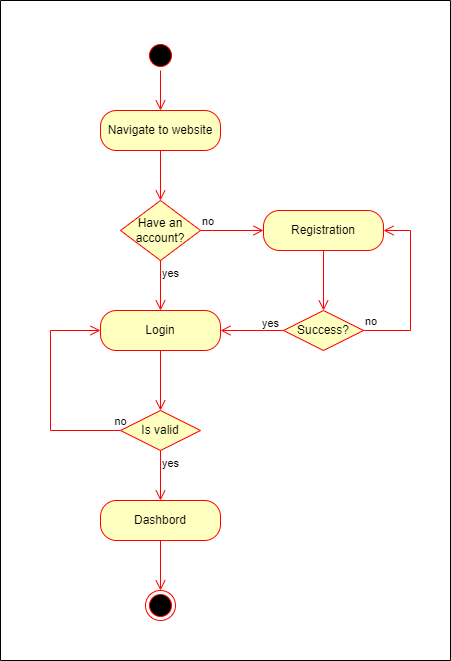
Above: Materials/Activity Diagrams/AD_Registration Login.png in iprosenjitp/Tech-School (draw.io), before the change. Source tidied: cells renumbered, new cells last; positions are measured from the earlier drawing's top-left corner, leaving out a move shared by most shapes.
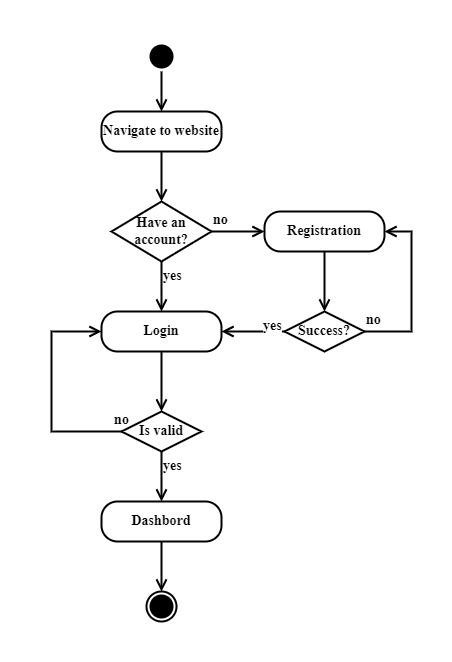
After the commit.

Change to the diagram source:
```diff
@@ -2,31 +2,31 @@
   <root>
     <mxCell id="0" />
     <mxCell id="1" parent="0" />
-    <mxCell id="2" style="ellipse;html=1;shape=startState;fillColor=#000000;strokeColor=#ff0000;" parent="1" vertex="1">
+    <mxCell id="2" style="ellipse;html=1;shape=startState;fontSize=14;fontStyle=1;strokeWidth=2;fontFamily=Times New Roman;fillColor=#000000;" parent="1" vertex="1">
       <mxGeometry x="145" y="40" width="30" height="30" as="geometry" />
     </mxCell>
-    <mxCell id="3" style="edgeStyle=orthogonalEdgeStyle;html=1;verticalAlign=bottom;endArrow=open;endSize=8;strokeColor=#ff0000;rounded=0;entryX=0.5;entryY=0;entryDx=0;entryDy=0;" parent="1" edge="1" source="2" target="4">
+    <mxCell id="3" style="edgeStyle=orthogonalEdgeStyle;html=1;verticalAlign=bottom;endArrow=open;endSize=8;rounded=0;entryX=0.5;entryY=0;entryDx=0;entryDy=0;fontSize=14;fontStyle=1;strokeWidth=2;fontFamily=Times New Roman;" parent="1" edge="1" source="2" target="4">
       <mxGeometry relative="1" as="geometry" />
     </mxCell>
-    <mxCell id="4" value="Navigate to website" style="rounded=1;whiteSpace=wrap;html=1;arcSize=40;fontColor=#000000;fillColor=#ffffc0;strokeColor=#ff0000;" parent="1" vertex="1">
+    <mxCell id="4" value="Navigate to website" style="rounded=1;whiteSpace=wrap;html=1;arcSize=40;fontSize=14;fontStyle=1;strokeWidth=2;fontFamily=Times New Roman;" parent="1" vertex="1">
       <mxGeometry x="100" y="110" width="120" height="40" as="geometry" />
     </mxCell>
-    <mxCell id="5" style="edgeStyle=orthogonalEdgeStyle;html=1;verticalAlign=bottom;endArrow=open;endSize=8;strokeColor=#ff0000;rounded=0;entryX=0.5;entryY=0;entryDx=0;entryDy=0;" parent="1" edge="1" source="4" target="6">
+    <mxCell id="5" style="edgeStyle=orthogonalEdgeStyle;html=1;verticalAlign=bottom;endArrow=open;endSize=8;rounded=0;entryX=0.5;entryY=0;entryDx=0;entryDy=0;fontSize=14;fontStyle=1;strokeWidth=2;fontFamily=Times New Roman;" parent="1" edge="1" source="4" target="6">
       <mxGeometry relative="1" as="geometry" />
     </mxCell>
-    <mxCell id="6" value="Have an account?" style="rhombus;whiteSpace=wrap;html=1;fontColor=#000000;fillColor=#ffffc0;strokeColor=#ff0000;" parent="1" vertex="1">
-      <mxGeometry x="120" y="200" width="80" height="60" as="geometry" />
+    <mxCell id="6" value="Have an account?" style="rhombus;whiteSpace=wrap;html=1;fontSize=14;fontStyle=1;strokeWidth=2;fontFamily=Times New Roman;" parent="1" vertex="1">
+      <mxGeometry x="110" y="200" width="100" height="60" as="geometry" />
     </mxCell>
-    <mxCell id="7" value="no" style="edgeStyle=orthogonalEdgeStyle;html=1;align=left;verticalAlign=bottom;endArrow=open;endSize=8;strokeColor=#ff0000;rounded=0;entryX=0;entryY=0.5;entryDx=0;entryDy=0;" parent="1" edge="1" source="6" target="11">
+    <mxCell id="7" value="no" style="edgeStyle=orthogonalEdgeStyle;html=1;align=left;verticalAlign=bottom;endArrow=open;endSize=8;rounded=0;entryX=0;entryY=0.5;entryDx=0;entryDy=0;fontSize=14;fontStyle=1;strokeWidth=2;fontFamily=Times New Roman;" parent="1" edge="1" source="6" target="11">
       <mxGeometry x="-1" relative="1" as="geometry" />
     </mxCell>
-    <mxCell id="8" value="yes" style="edgeStyle=orthogonalEdgeStyle;html=1;align=left;verticalAlign=top;endArrow=open;endSize=8;strokeColor=#ff0000;rounded=0;entryX=0.5;entryY=0;entryDx=0;entryDy=0;" parent="1" edge="1" source="6" target="9">
+    <mxCell id="8" value="yes" style="edgeStyle=orthogonalEdgeStyle;html=1;align=left;verticalAlign=top;endArrow=open;endSize=8;rounded=0;entryX=0.5;entryY=0;entryDx=0;entryDy=0;fontSize=14;fontStyle=1;strokeWidth=2;fontFamily=Times New Roman;" parent="1" edge="1" source="6" target="9">
       <mxGeometry x="-1" relative="1" as="geometry" />
     </mxCell>
-    <mxCell id="9" value="Login" style="rounded=1;whiteSpace=wrap;html=1;arcSize=40;fontColor=#000000;fillColor=#ffffc0;strokeColor=#ff0000;" parent="1" vertex="1">
+    <mxCell id="9" value="Login" style="rounded=1;whiteSpace=wrap;html=1;arcSize=40;fontSize=14;fontStyle=1;strokeWidth=2;fontFamily=Times New Roman;" parent="1" vertex="1">
       <mxGeometry x="100" y="310" width="120" height="40" as="geometry" />
     </mxCell>
-    <mxCell id="10" value="no" style="edgeStyle=orthogonalEdgeStyle;html=1;verticalAlign=bottom;endArrow=open;endSize=8;strokeColor=#ff0000;rounded=0;entryX=0;entryY=0.5;entryDx=0;entryDy=0;exitX=0;exitY=0.5;exitDx=0;exitDy=0;" parent="1" edge="1" source="18" target="9">
+    <mxCell id="10" value="no" style="edgeStyle=orthogonalEdgeStyle;html=1;verticalAlign=bottom;endArrow=open;endSize=8;rounded=0;entryX=0;entryY=0.5;entryDx=0;entryDy=0;exitX=0;exitY=0.5;exitDx=0;exitDy=0;fontSize=14;fontStyle=1;strokeWidth=2;fontFamily=Times New Roman;" parent="1" edge="1" source="18" target="9">
       <mxGeometry x="-1" relative="1" as="geometry">
         <Array as="points">
           <mxPoint x="50" y="430" />
@@ -34,16 +34,16 @@
         </Array>
       </mxGeometry>
     </mxCell>
-    <mxCell id="11" value="Registration" style="rounded=1;whiteSpace=wrap;html=1;arcSize=40;fontColor=#000000;fillColor=#ffffc0;strokeColor=#ff0000;" parent="1" vertex="1">
+    <mxCell id="11" value="Registration" style="rounded=1;whiteSpace=wrap;html=1;arcSize=40;fontSize=14;fontStyle=1;strokeWidth=2;fontFamily=Times New Roman;" parent="1" vertex="1">
       <mxGeometry x="263" y="210" width="120" height="40" as="geometry" />
     </mxCell>
-    <mxCell id="12" style="edgeStyle=orthogonalEdgeStyle;html=1;verticalAlign=bottom;endArrow=open;endSize=8;strokeColor=#ff0000;rounded=0;entryX=0.5;entryY=0;entryDx=0;entryDy=0;" parent="1" edge="1" source="11" target="13">
+    <mxCell id="12" style="edgeStyle=orthogonalEdgeStyle;html=1;verticalAlign=bottom;endArrow=open;endSize=8;rounded=0;entryX=0.5;entryY=0;entryDx=0;entryDy=0;fontSize=14;fontStyle=1;strokeWidth=2;fontFamily=Times New Roman;" parent="1" edge="1" source="11" target="13">
       <mxGeometry relative="1" as="geometry" />
     </mxCell>
-    <mxCell id="13" value="Success?" style="rhombus;whiteSpace=wrap;html=1;fontColor=#000000;fillColor=#ffffc0;strokeColor=#ff0000;" parent="1" vertex="1">
+    <mxCell id="13" value="Success?" style="rhombus;whiteSpace=wrap;html=1;fontSize=14;fontStyle=1;strokeWidth=2;fontFamily=Times New Roman;" parent="1" vertex="1">
       <mxGeometry x="283" y="310" width="80" height="40" as="geometry" />
     </mxCell>
-    <mxCell id="14" value="no" style="edgeStyle=orthogonalEdgeStyle;html=1;align=left;verticalAlign=bottom;endArrow=open;endSize=8;strokeColor=#ff0000;rounded=0;entryX=1;entryY=0.5;entryDx=0;entryDy=0;exitX=1;exitY=0.5;exitDx=0;exitDy=0;" parent="1" edge="1" source="13" target="11">
+    <mxCell id="14" value="no" style="edgeStyle=orthogonalEdgeStyle;html=1;align=left;verticalAlign=bottom;endArrow=open;endSize=8;rounded=0;entryX=1;entryY=0.5;entryDx=0;entryDy=0;exitX=1;exitY=0.5;exitDx=0;exitDy=0;fontSize=14;fontStyle=1;strokeWidth=2;fontFamily=Times New Roman;" parent="1" edge="1" source="13" target="11">
       <mxGeometry x="-1" relative="1" as="geometry">
         <Array as="points">
           <mxPoint x="410" y="330" />
@@ -51,28 +51,28 @@
         </Array>
       </mxGeometry>
     </mxCell>
-    <mxCell id="15" value="yes" style="edgeStyle=orthogonalEdgeStyle;html=1;align=left;verticalAlign=top;endArrow=open;endSize=8;strokeColor=#ff0000;rounded=0;exitX=0;exitY=0.5;exitDx=0;exitDy=0;entryX=1;entryY=0.5;entryDx=0;entryDy=0;" parent="1" edge="1" source="13" target="9">
+    <mxCell id="15" value="yes" style="edgeStyle=orthogonalEdgeStyle;html=1;align=left;verticalAlign=top;endArrow=open;endSize=8;rounded=0;exitX=0;exitY=0.5;exitDx=0;exitDy=0;entryX=1;entryY=0.5;entryDx=0;entryDy=0;fontSize=14;fontStyle=1;strokeWidth=2;fontFamily=Times New Roman;" parent="1" edge="1" source="13" target="9">
       <mxGeometry x="-0.27" y="-20" relative="1" as="geometry" />
     </mxCell>
-    <mxCell id="16" value="yes" style="edgeStyle=orthogonalEdgeStyle;html=1;align=left;verticalAlign=top;endArrow=open;endSize=8;strokeColor=#ff0000;rounded=0;entryX=0.5;entryY=0;entryDx=0;entryDy=0;" parent="1" edge="1" source="18" target="19">
+    <mxCell id="16" value="yes" style="edgeStyle=orthogonalEdgeStyle;html=1;align=left;verticalAlign=top;endArrow=open;endSize=8;rounded=0;entryX=0.5;entryY=0;entryDx=0;entryDy=0;fontSize=14;fontStyle=1;strokeWidth=2;fontFamily=Times New Roman;" parent="1" edge="1" source="18" target="19">
       <mxGeometry x="-1" relative="1" as="geometry" />
     </mxCell>
-    <mxCell id="17" style="edgeStyle=orthogonalEdgeStyle;html=1;verticalAlign=bottom;endArrow=open;endSize=8;strokeColor=#ff0000;rounded=0;" parent="1" edge="1" source="9" target="18">
+    <mxCell id="17" style="edgeStyle=orthogonalEdgeStyle;html=1;verticalAlign=bottom;endArrow=open;endSize=8;rounded=0;fontSize=14;fontStyle=1;strokeWidth=2;fontFamily=Times New Roman;" parent="1" edge="1" source="9" target="18">
       <mxGeometry relative="1" as="geometry" />
     </mxCell>
-    <mxCell id="18" value="Is valid" style="rhombus;whiteSpace=wrap;html=1;fontColor=#000000;fillColor=#ffffc0;strokeColor=#ff0000;" parent="1" vertex="1">
+    <mxCell id="18" value="Is valid" style="rhombus;whiteSpace=wrap;html=1;fontSize=14;fontStyle=1;strokeWidth=2;fontFamily=Times New Roman;" parent="1" vertex="1">
       <mxGeometry x="120" y="410" width="80" height="40" as="geometry" />
     </mxCell>
-    <mxCell id="19" value="Dashbord" style="rounded=1;whiteSpace=wrap;html=1;arcSize=40;fontColor=#000000;fillColor=#ffffc0;strokeColor=#ff0000;" parent="1" vertex="1">
+    <mxCell id="19" value="Dashbord" style="rounded=1;whiteSpace=wrap;html=1;arcSize=40;fontSize=14;fontStyle=1;strokeWidth=2;fontFamily=Times New Roman;" parent="1" vertex="1">
       <mxGeometry x="100" y="500" width="120" height="40" as="geometry" />
     </mxCell>
-    <mxCell id="20" style="edgeStyle=orthogonalEdgeStyle;html=1;verticalAlign=bottom;endArrow=open;endSize=8;strokeColor=#ff0000;rounded=0;entryX=0.5;entryY=0;entryDx=0;entryDy=0;" parent="1" edge="1" source="19" target="21">
+    <mxCell id="20" style="edgeStyle=orthogonalEdgeStyle;html=1;verticalAlign=bottom;endArrow=open;endSize=8;rounded=0;entryX=0.5;entryY=0;entryDx=0;entryDy=0;fontSize=14;fontStyle=1;strokeWidth=2;fontFamily=Times New Roman;" parent="1" edge="1" source="19" target="21">
       <mxGeometry relative="1" as="geometry" />
     </mxCell>
-    <mxCell id="21" style="ellipse;html=1;shape=endState;fillColor=#000000;strokeColor=#ff0000;" parent="1" vertex="1">
+    <mxCell id="21" style="ellipse;html=1;shape=endState;fontSize=14;fontStyle=1;strokeWidth=2;fillColor=#000000;fontFamily=Times New Roman;" parent="1" vertex="1">
       <mxGeometry x="145" y="590" width="30" height="30" as="geometry" />
     </mxCell>
-    <mxCell id="22" style="swimlane;startSize=0;" parent="1" vertex="1">
+    <mxCell id="22" style="swimlane;startSize=0;fontSize=14;fontStyle=1;strokeWidth=2;strokeColor=#FFFFFF;fontFamily=Times New Roman;" parent="1" vertex="1">
       <mxGeometry width="450" height="660" as="geometry" />
     </mxCell>
   </root>
```
